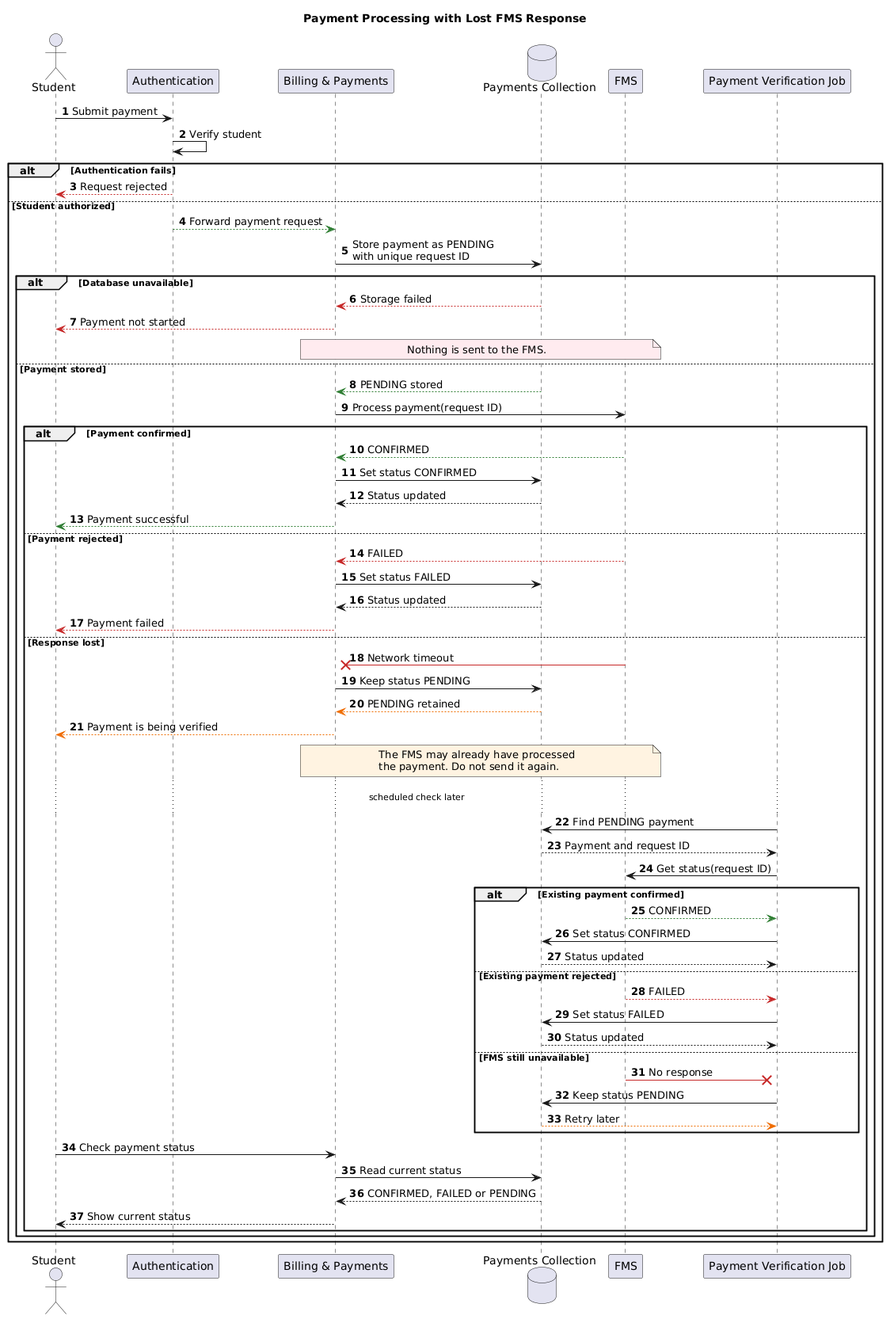
Earlier version of the PlantUML export images/runtimeview_paymentprocessing.png (ivkivi/arc42MD-GR9).
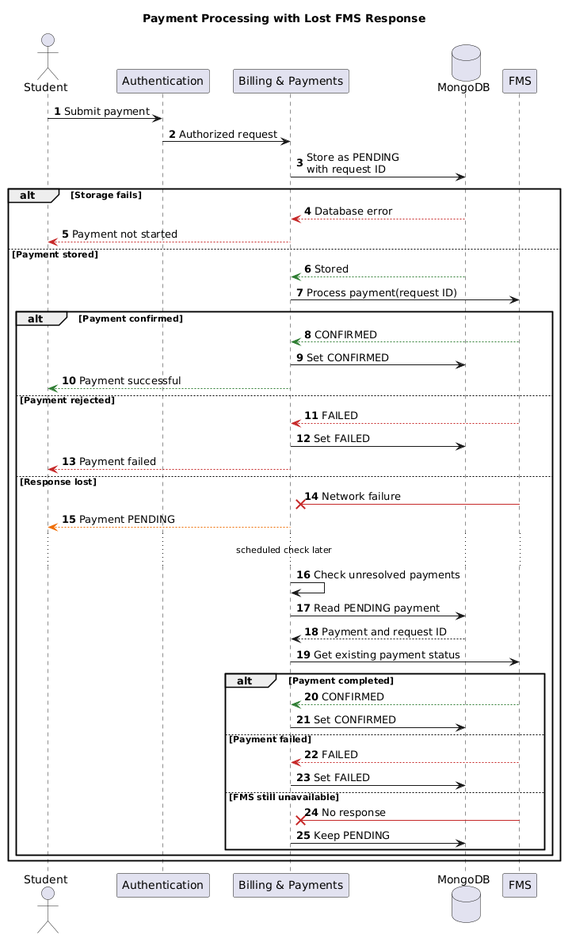
After the change.

The edit, as a diff of the source:
```diff
@@ -8,79 +8,48 @@
 actor Student
 participant "Authentication" as Auth
 participant "Billing & Payments" as Billing
-database "Payments Collection" as DB
+database "MongoDB" as DB
 participant "FMS" as FMS
-participant "Payment Verification Job" as Job
 
 Student -> Auth : Submit payment
-Auth -> Auth : Verify student
+Auth -> Billing : Authorized request
+Billing -> DB : Store as PENDING\nwith request ID
 
-alt Authentication fails
-    Auth -[#C62828]--> Student : Request rejected
-else Student authorized
-    Auth -[#2E7D32]--> Billing : Forward payment request
+alt Storage fails
+    DB -[#C62828]--> Billing : Database error
+    Billing -[#C62828]--> Student : Payment not started
+else Payment stored
+    DB -[#2E7D32]--> Billing : Stored
+    Billing -> FMS : Process payment(request ID)
 
-    Billing -> DB : Store payment as PENDING\nwith unique request ID
+    alt Payment confirmed
+        FMS -[#2E7D32]--> Billing : CONFIRMED
+        Billing -> DB : Set CONFIRMED
+        Billing -[#2E7D32]--> Student : Payment successful
+    else Payment rejected
+        FMS -[#C62828]--> Billing : FAILED
+        Billing -> DB : Set FAILED
+        Billing -[#C62828]--> Student : Payment failed
+    else Response lost
+        FMS -[#C62828]x Billing : Network failure
+        Billing -[#EF6C00]--> Student : Payment PENDING
 
-    alt Database unavailable
-        DB -[#C62828]--> Billing : Storage failed
-        Billing -[#C62828]--> Student : Payment not started
-        note over Billing, FMS #FFEBEE
-          Nothing is sent to the FMS.
-        end note
-    else Payment stored
-        DB -[#2E7D32]--> Billing : PENDING stored
-        Billing -> FMS : Process payment(request ID)
+        ... scheduled check later ...
 
-        alt Payment confirmed
+        Billing -> Billing : Check unresolved payments
+        Billing -> DB : Read PENDING payment
+        DB --> Billing : Payment and request ID
+        Billing -> FMS : Get existing payment status
+
+        alt Payment completed
             FMS -[#2E7D32]--> Billing : CONFIRMED
-            Billing -> DB : Set status CONFIRMED
-            DB --> Billing : Status updated
-            Billing -[#2E7D32]--> Student : Payment successful
-
-        else Payment rejected
+            Billing -> DB : Set CONFIRMED
+        else Payment failed
             FMS -[#C62828]--> Billing : FAILED
-            Billing -> DB : Set status FAILED
-            DB --> Billing : Status updated
-            Billing -[#C62828]--> Student : Payment failed
-
-        else Response lost
-            FMS -[#C62828]x Billing : Network timeout
-            Billing -> DB : Keep status PENDING
-            DB -[#EF6C00]--> Billing : PENDING retained
-            Billing -[#EF6C00]--> Student : Payment is being verified
-
-            note over Billing, FMS #FFF3E0
-              The FMS may already have processed
-              the payment. Do not send it again.
-            end note
-
-            ... scheduled check later ...
-
-            Job -> DB : Find PENDING payment
-            DB --> Job : Payment and request ID
-            Job -> FMS : Get status(request ID)
-
-            alt Existing payment confirmed
-                FMS -[#2E7D32]--> Job : CONFIRMED
-                Job -> DB : Set status CONFIRMED
-                DB --> Job : Status updated
-
-            else Existing payment rejected
-                FMS -[#C62828]--> Job : FAILED
-                Job -> DB : Set status FAILED
-                DB --> Job : Status updated
-
-            else FMS still unavailable
-                FMS -[#C62828]x Job : No response
-                Job -> DB : Keep status PENDING
-                DB -[#EF6C00]--> Job : Retry later
-            end
-
-            Student -> Billing : Check payment status
-            Billing -> DB : Read current status
-            DB --> Billing : CONFIRMED, FAILED or PENDING
-            Billing --> Student : Show current status
+            Billing -> DB : Set FAILED
+        else FMS still unavailable
+            FMS -[#C62828]x Billing : No response
+            Billing -> DB : Keep PENDING
         end
     end
 end
```
